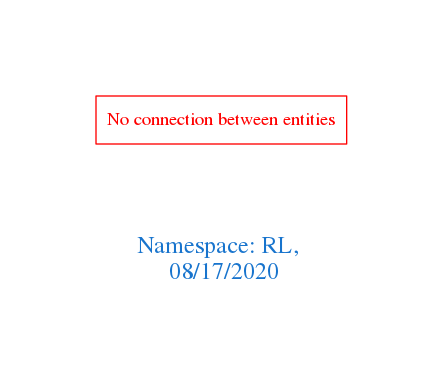
The Graphviz diagram downloads/RL.png in arago/OGIT, before a commit. Its source is kept beside it as downloads/RL.dot.
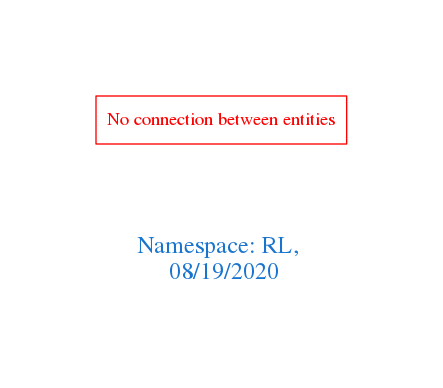
The same diagram one commit later.

The edit, as a diff of the source:
```diff
@@ -1,7 +1,7 @@
 digraph OGIT_ontology {
  graph [ rankdir= LR,pad=1
 fontsize = 18,
-fontcolor= dodgerblue3,label = "\n\n\nNamespace: RL, \n 08/17/2020"];
+fontcolor= dodgerblue3,label = "\n\n\nNamespace: RL, \n 08/19/2020"];
 node[shape=polygon];
 edge [  color="gray81"];
 
```
